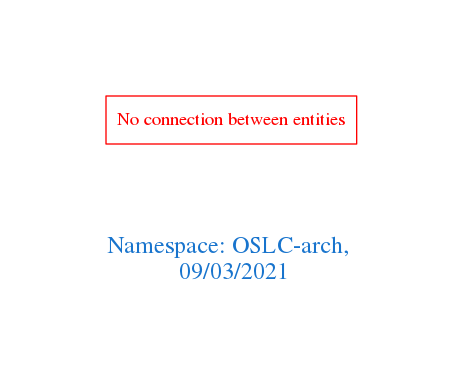
arago/OGIT keeps this Graphviz diagram as downloads/OSLC-arch.png. Above is the earlier version. Its source is kept beside it as downloads/OSLC-arch.dot.
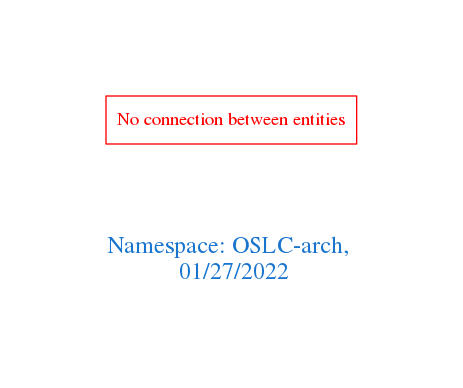
After the commit.

The edit, as a diff of the source:
```diff
@@ -1,7 +1,7 @@
 digraph OGIT_ontology {
  graph [ rankdir= LR,pad=1
 fontsize = 18,
-fontcolor= dodgerblue3,label = "\n\n\nNamespace: OSLC-arch, \n 09/03/2021"];
+fontcolor= dodgerblue3,label = "\n\n\nNamespace: OSLC-arch, \n 01/27/2022"];
 node[shape=polygon];
 edge [  color="gray81"];
 
```
